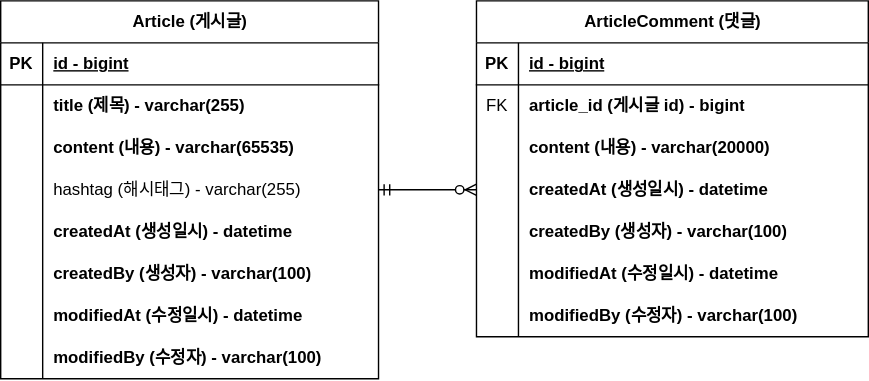
Before: document/project-board-erd.svg, a diagram exported from draw.io (ahju411/fc-project-board). Source tidied: cells renumbered, new cells last; positions are measured from the earlier drawing's top-left corner, leaving out a move shared by most shapes.
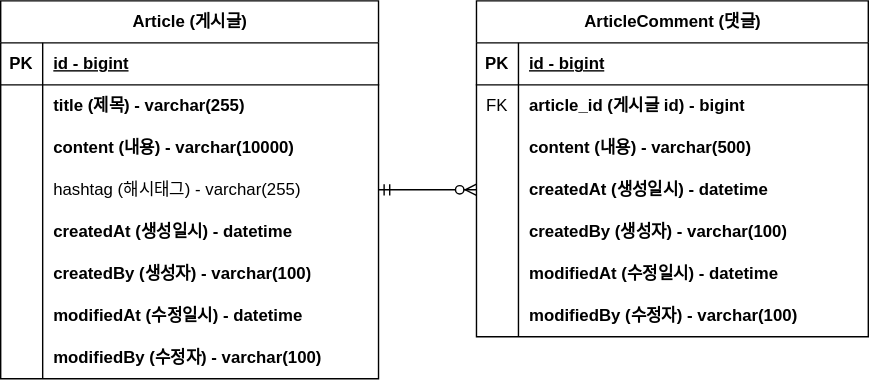
Above is the later version.

Commit message:
#10 - erd 업데이트: content 사이즈 변경

What changed in the source:
```diff
@@ -29,7 +29,7 @@
     <mxCell id="10" style="shape=partialRectangle;fillColor=none;top=0;left=0;bottom=0;right=0;overflow=hidden;whiteSpace=wrap;html=1;" parent="9" vertex="1">
       <mxGeometry width="30" height="30" as="geometry" />
     </mxCell>
-    <mxCell id="11" value="content (내용) - varchar(65535)" style="shape=partialRectangle;fillColor=none;top=0;left=0;bottom=0;right=0;align=left;spacingLeft=6;overflow=hidden;whiteSpace=wrap;html=1;fontStyle=1;" parent="9" vertex="1">
+    <mxCell id="11" value="content (내용) - varchar(10000)" style="shape=partialRectangle;fillColor=none;top=0;left=0;bottom=0;right=0;align=left;spacingLeft=6;overflow=hidden;whiteSpace=wrap;html=1;fontStyle=1;" parent="9" vertex="1">
       <mxGeometry x="30" width="240" height="30" as="geometry" />
     </mxCell>
     <mxCell id="12" style="shape=tableRow;horizontal=0;startSize=0;swimlaneHead=0;swimlaneBody=0;fillColor=none;points=[[0,0.5],[1,0.5]];portConstraint=eastwest;top=0;left=0;right=0;bottom=0;" parent="2" vertex="1">
@@ -104,7 +104,7 @@
     <mxCell id="35" style="shape=partialRectangle;fillColor=none;top=0;left=0;bottom=0;right=0;overflow=hidden;whiteSpace=wrap;html=1;" parent="34" vertex="1">
       <mxGeometry width="30" height="30" as="geometry" />
     </mxCell>
-    <mxCell id="36" value="content (내용) - varchar(20000)" style="shape=partialRectangle;fillColor=none;top=0;left=0;bottom=0;right=0;align=left;spacingLeft=6;overflow=hidden;whiteSpace=wrap;html=1;fontStyle=1;" parent="34" vertex="1">
+    <mxCell id="36" value="content (내용) - varchar(500)" style="shape=partialRectangle;fillColor=none;top=0;left=0;bottom=0;right=0;align=left;spacingLeft=6;overflow=hidden;whiteSpace=wrap;html=1;fontStyle=1;" parent="34" vertex="1">
       <mxGeometry x="30" width="250" height="30" as="geometry" />
     </mxCell>
     <mxCell id="37" style="shape=tableRow;horizontal=0;startSize=0;swimlaneHead=0;swimlaneBody=0;fillColor=none;points=[[0,0.5],[1,0.5]];portConstraint=eastwest;top=0;left=0;right=0;bottom=0;" parent="27" vertex="1">
```
